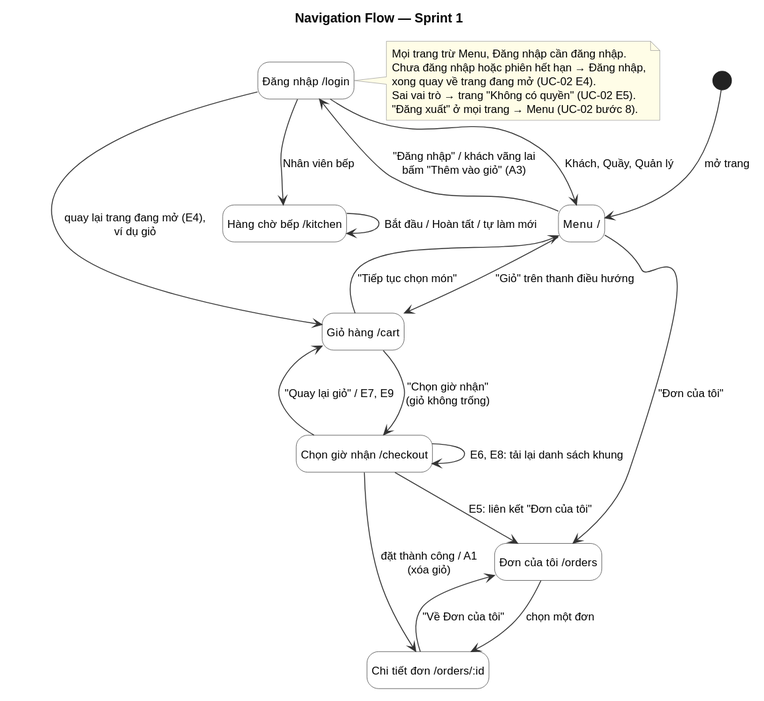
The PlantUML diagram 01-ManagedArea/03-Design/UI-Prototype/navigation-flow.svg in huyducnguyen0/smart-food-preorder, before a commit.
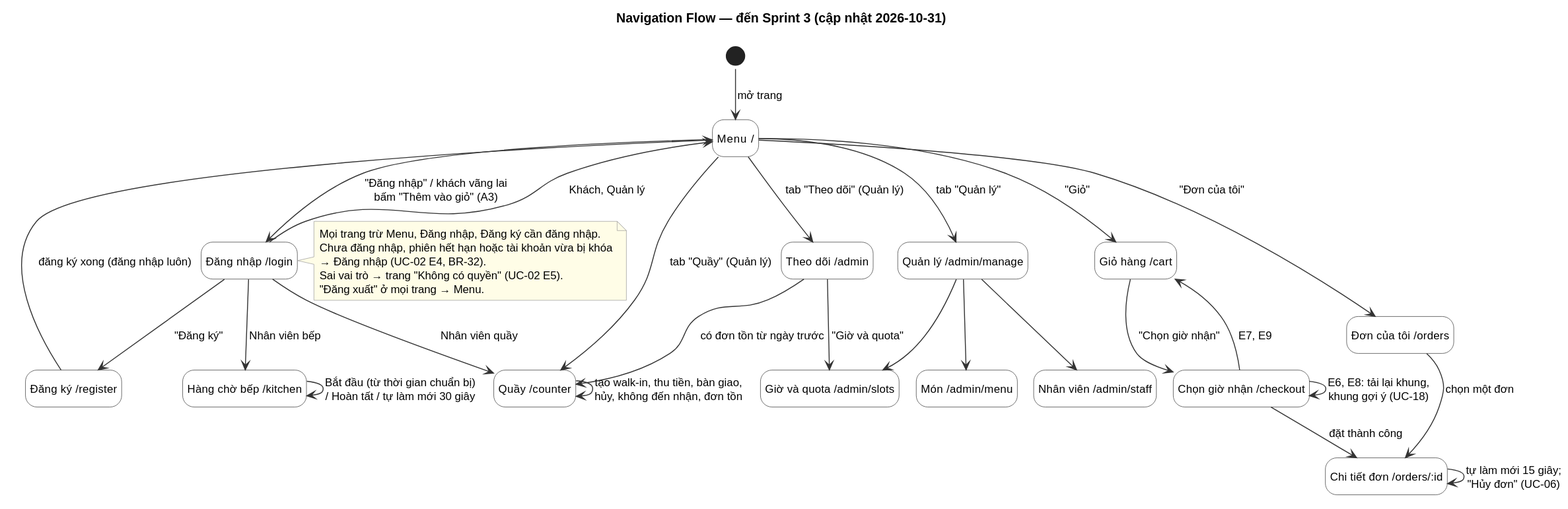
The same file after the commit.

Diff of the diagram source:
```diff
@@ -1,6 +1,7 @@
 @startuml
+!pragma layout smetana
 !include ../_style.iuml
-title Navigation Flow — Sprint 1
+title Navigation Flow — đến Sprint 3 (cập nhật 2026-10-31)
 hide empty description
 skinparam state {
   BackgroundColor #FFFFFF
@@ -9,37 +10,53 @@
 
 state "Menu  /" as Menu
 state "Đăng nhập  /login" as Login
+state "Đăng ký  /register" as Register
 state "Giỏ hàng  /cart" as Cart
 state "Chọn giờ nhận  /checkout" as Checkout
 state "Chi tiết đơn  /orders/:id" as Detail
 state "Đơn của tôi  /orders" as MyOrders
 state "Hàng chờ bếp  /kitchen" as Kitchen
+state "Quầy  /counter" as Counter
+state "Theo dõi  /admin" as Dashboard
+state "Quản lý  /admin/manage" as Manage
+state "Món  /admin/menu" as AdminMenu
+state "Giờ và quota  /admin/slots" as AdminSlots
+state "Nhân viên  /admin/staff" as AdminStaff
 
 [*] --> Menu : mở trang
 Menu --> Login : "Đăng nhập" / khách vãng lai\nbấm "Thêm vào giỏ" (A3)
-Login --> Menu : Khách, Quầy, Quản lý
+Login --> Register : "Đăng ký"
+Register --> Menu : đăng ký xong (đăng nhập luôn)
+Login --> Menu : Khách, Quản lý
 Login --> Kitchen : Nhân viên bếp
-Login --> Cart : quay lại trang đang mở (E4),\nví dụ giỏ
+Login --> Counter : Nhân viên quầy
 
-Menu --> Cart : "Giỏ" trên thanh điều hướng
-Cart --> Menu : "Tiếp tục chọn món"
-Cart --> Checkout : "Chọn giờ nhận"\n(giỏ không trống)
-Checkout --> Cart : "Quay lại giỏ" / E7, E9
-Checkout --> Checkout : E6, E8: tải lại danh sách khung
-Checkout --> Detail : đặt thành công / A1\n(xóa giỏ)
-Checkout --> MyOrders : E5: liên kết "Đơn của tôi"
-
+Menu --> Cart : "Giỏ"
+Cart --> Checkout : "Chọn giờ nhận"
+Checkout --> Cart : E7, E9
+Checkout --> Checkout : E6, E8: tải lại khung,\nkhung gợi ý (UC-18)
+Checkout --> Detail : đặt thành công
 Menu --> MyOrders : "Đơn của tôi"
 MyOrders --> Detail : chọn một đơn
-Detail --> MyOrders : "Về Đơn của tôi"
+Detail --> Detail : tự làm mới 15 giây;\n"Hủy đơn" (UC-06)
 
-Kitchen --> Kitchen : Bắt đầu / Hoàn tất / tự làm mới
+Kitchen --> Kitchen : Bắt đầu (từ thời gian chuẩn bị)\n/ Hoàn tất / tự làm mới 30 giây
+Counter --> Counter : tạo walk-in, thu tiền, bàn giao,\nhủy, không đến nhận, đơn tồn
+
+Menu --> Dashboard : tab "Theo dõi" (Quản lý)
+Menu --> Counter : tab "Quầy" (Quản lý)
+Menu --> Manage : tab "Quản lý"
+Manage --> AdminMenu
+Manage --> AdminSlots
+Manage --> AdminStaff
+Dashboard --> Counter : có đơn tồn từ ngày trước
+Dashboard --> AdminSlots : "Giờ và quota"
 
 note right of Login
-  Mọi trang trừ Menu, Đăng nhập cần đăng nhập.
-  Chưa đăng nhập hoặc phiên hết hạn → Đăng nhập,
-  xong quay về trang đang mở (UC-02 E4).
+  Mọi trang trừ Menu, Đăng nhập, Đăng ký cần đăng nhập.
+  Chưa đăng nhập, phiên hết hạn hoặc tài khoản vừa bị khóa
+  → Đăng nhập (UC-02 E4, BR-32).
   Sai vai trò → trang "Không có quyền" (UC-02 E5).
-  "Đăng xuất" ở mọi trang → Menu (UC-02 bước 8).
+  "Đăng xuất" ở mọi trang → Menu.
 end note
 @enduml
```
